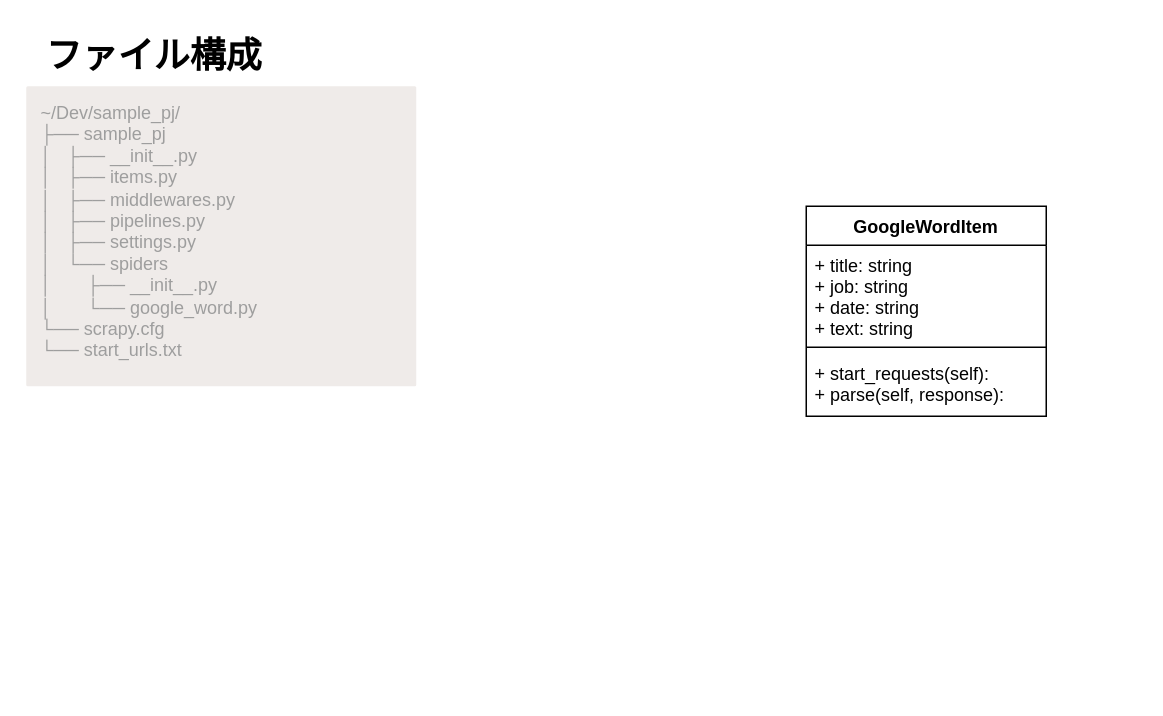
Above: page "全体構成" (1 of 2) of スクレイピング.drawio in kaoru387/draw.io (draw.io), before the change. Source tidied: cells renumbered, new cells numbered last; positions are measured from the earlier drawing's top-left corner, leaving out a move shared by most shapes. Both pictures are drawn from the tidied source at 150%, with x=0, y=0 at pixel (26, 26).
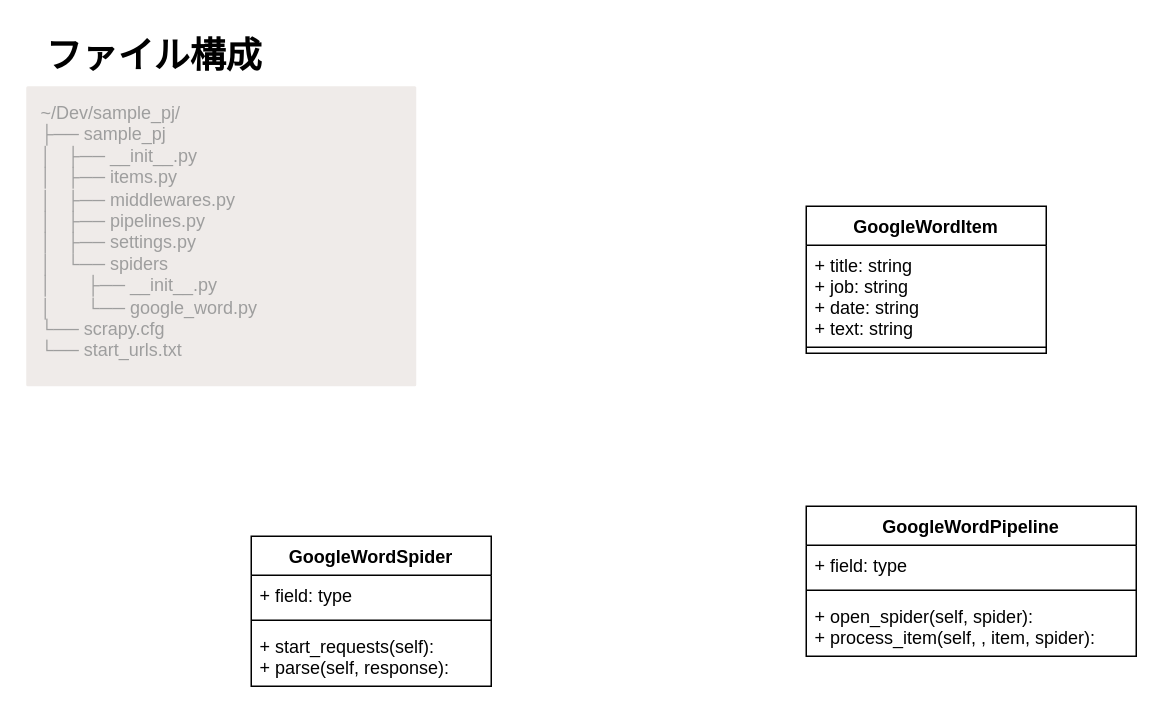
The same page after the edit.

Commit message (it also covers changes not shown here):
スクレイピング.drawio を更新します

Diff of the diagram source:
```diff
@@
 <mxGraphModel>
   <root>
     <mxCell id="0" />
     <mxCell id="1" parent="0" />
     <mxCell id="2" value="&lt;div&gt;~/Dev/sample_pj/&lt;br&gt;&lt;/div&gt;&lt;div&gt;├── sample_pj&lt;/div&gt;&lt;div&gt;│&amp;nbsp; &amp;nbsp;├── __init__.py&lt;/div&gt;&lt;div&gt;│&amp;nbsp; &amp;nbsp;├── items.py&lt;/div&gt;&lt;div&gt;│&amp;nbsp; &amp;nbsp;├── middlewares.py&lt;/div&gt;&lt;div&gt;│&amp;nbsp; &amp;nbsp;├── pipelines.py&lt;/div&gt;&lt;div&gt;│&amp;nbsp; &amp;nbsp;├── settings.py&lt;/div&gt;&lt;div&gt;│&amp;nbsp; &amp;nbsp;└── spiders&lt;/div&gt;&lt;div&gt;│&amp;nbsp; &amp;nbsp; &amp;nbsp; &amp;nbsp;├── __init__.py&lt;/div&gt;&lt;div&gt;│&amp;nbsp; &amp;nbsp; &amp;nbsp; &amp;nbsp;└── google_word.py&lt;/div&gt;&lt;div&gt;└── scrapy.cfg&lt;/div&gt;&lt;div&gt;└── start_urls.txt&lt;/div&gt;" style="sketch=0;rounded=1;absoluteArcSize=1;arcSize=2;html=1;strokeColor=none;gradientColor=none;shadow=0;dashed=0;fontSize=12;fontColor=#9E9E9E;align=left;verticalAlign=top;spacing=10;spacingTop=-4;fillColor=#EFEBE9;" parent="1" vertex="1">
       <mxGeometry y="40" width="260" height="200" as="geometry" />
     </mxCell>
     <mxCell id="3" value="GoogleWordItem" style="swimlane;fontStyle=1;align=center;verticalAlign=top;horizontal=1;startSize=26;" parent="1" vertex="1">
-      <mxGeometry x="520" y="120" width="160" height="140" as="geometry" />
+      <mxGeometry x="520" y="120" width="160" height="98" as="geometry" />
     </mxCell>
     <mxCell id="4" value="+ title: string&#10;+ job: string&#10;+ date: string&#10;+ text: string" style="text;strokeColor=none;fillColor=none;align=left;verticalAlign=top;spacingLeft=4;spacingRight=4;overflow=hidden;" parent="3" vertex="1">
       <mxGeometry y="26" width="160" height="64" as="geometry" />
     </mxCell>
     <mxCell id="5" style="line;strokeWidth=1;fillColor=none;align=left;verticalAlign=middle;spacingTop=-1;spacingLeft=3;spacingRight=3;labelPosition=right;" parent="3" vertex="1">
       <mxGeometry y="90" width="160" height="8" as="geometry" />
     </mxCell>
+    <mxCell id="7" value="ファイル構成" style="text;strokeColor=none;fillColor=none;html=1;fontSize=24;fontStyle=1;verticalAlign=middle;align=center;" parent="1" vertex="1">
+      <mxGeometry width="170" height="40" as="geometry" />
+    </mxCell>
+    <mxCell id="8" value="GoogleWordPipeline" style="swimlane;fontStyle=1;align=center;verticalAlign=top;horizontal=1;startSize=26;" parent="1" vertex="1">
+      <mxGeometry x="520" y="320" width="220" height="100" as="geometry" />
+    </mxCell>
+    <mxCell id="9" value="+ field: type" style="text;strokeColor=none;fillColor=none;align=left;verticalAlign=top;spacingLeft=4;spacingRight=4;overflow=hidden;" parent="8" vertex="1">
+      <mxGeometry y="26" width="220" height="26" as="geometry" />
+    </mxCell>
+    <mxCell id="10" style="line;strokeWidth=1;fillColor=none;align=left;verticalAlign=middle;spacingTop=-1;spacingLeft=3;spacingRight=3;labelPosition=right;" parent="8" vertex="1">
+      <mxGeometry y="52" width="220" height="8" as="geometry" />
+    </mxCell>
+    <mxCell id="11" value="+ open_spider(self, spider): &#10;+ process_item(self, , item, spider): " style="text;strokeColor=none;fillColor=none;align=left;verticalAlign=top;spacingLeft=4;spacingRight=4;overflow=hidden;" parent="8" vertex="1">
+      <mxGeometry y="60" width="220" height="40" as="geometry" />
+    </mxCell>
+    <mxCell id="12" value="GoogleWordSpider" style="swimlane;fontStyle=1;align=center;verticalAlign=top;horizontal=1;startSize=26;" parent="1" vertex="1">
+      <mxGeometry x="150" y="340" width="160" height="100" as="geometry" />
+    </mxCell>
+    <mxCell id="13" value="+ field: type" style="text;strokeColor=none;fillColor=none;align=left;verticalAlign=top;spacingLeft=4;spacingRight=4;overflow=hidden;" parent="12" vertex="1">
+      <mxGeometry y="26" width="160" height="26" as="geometry" />
+    </mxCell>
+    <mxCell id="14" style="line;strokeWidth=1;fillColor=none;align=left;verticalAlign=middle;spacingTop=-1;spacingLeft=3;spacingRight=3;labelPosition=right;" parent="12" vertex="1">
+      <mxGeometry y="52" width="160" height="8" as="geometry" />
+    </mxCell>
-    <mxCell id="6" value="+ start_requests(self): &#10;+ parse(self, response): " style="text;strokeColor=none;fillColor=none;align=left;verticalAlign=top;spacingLeft=4;spacingRight=4;overflow=hidden;" parent="3" vertex="1">
-      <mxGeometry y="98" width="160" height="42" as="geometry" />
+    <mxCell id="6" value="+ start_requests(self): &#10;+ parse(self, response): " style="text;strokeColor=none;fillColor=none;align=left;verticalAlign=top;spacingLeft=4;spacingRight=4;overflow=hidden;" parent="12" vertex="1">
+      <mxGeometry y="60" width="160" height="40" as="geometry" />
     </mxCell>
-    <mxCell id="7" value="ファイル構成" style="text;strokeColor=none;fillColor=none;html=1;fontSize=24;fontStyle=1;verticalAlign=middle;align=center;" parent="1" vertex="1">
-      <mxGeometry width="170" height="40" as="geometry" />
-    </mxCell>
   </root>
 </mxGraphModel>
```
